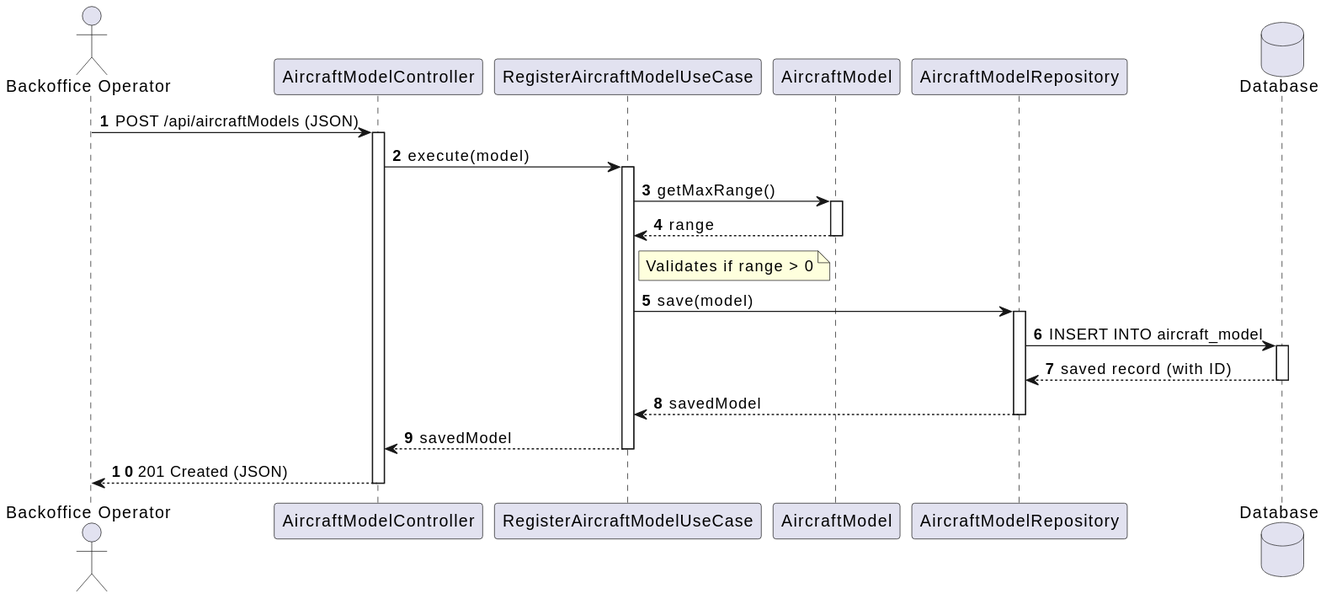
VascoMagolo/psoft_1231562_1241692_1242036_2db keeps this PlantUML diagram as docs/system-documentation/use-cases/WP1A/US101/svg/sd_us101.svg. Above is the earlier version. The source it was exported from:
```plantuml
@startuml
autonumber
actor "Backoffice Operator" as BO
participant "AircraftModelController" as Ctrl
participant "RegisterAircraftModelUseCase" as UC
participant "AircraftModel" as Entity
participant "AircraftModelRepository" as Repo
database "Database" as DB

BO -> Ctrl : POST /api/aircraftModels (JSON)
activate Ctrl

Ctrl -> UC : execute(model)
activate UC

UC -> Entity : getMaxRange()
activate Entity
Entity --> UC : range
deactivate Entity

note right of UC: Validates if range > 0

UC -> Repo : save(model)
activate Repo
Repo -> DB : INSERT INTO aircraft_model
activate DB
DB --> Repo : saved record (with ID)
deactivate DB
Repo --> UC : savedModel
deactivate Repo

UC --> Ctrl : savedModel
deactivate UC

Ctrl --> BO : 201 Created (JSON)
deactivate Ctrl
@enduml
```
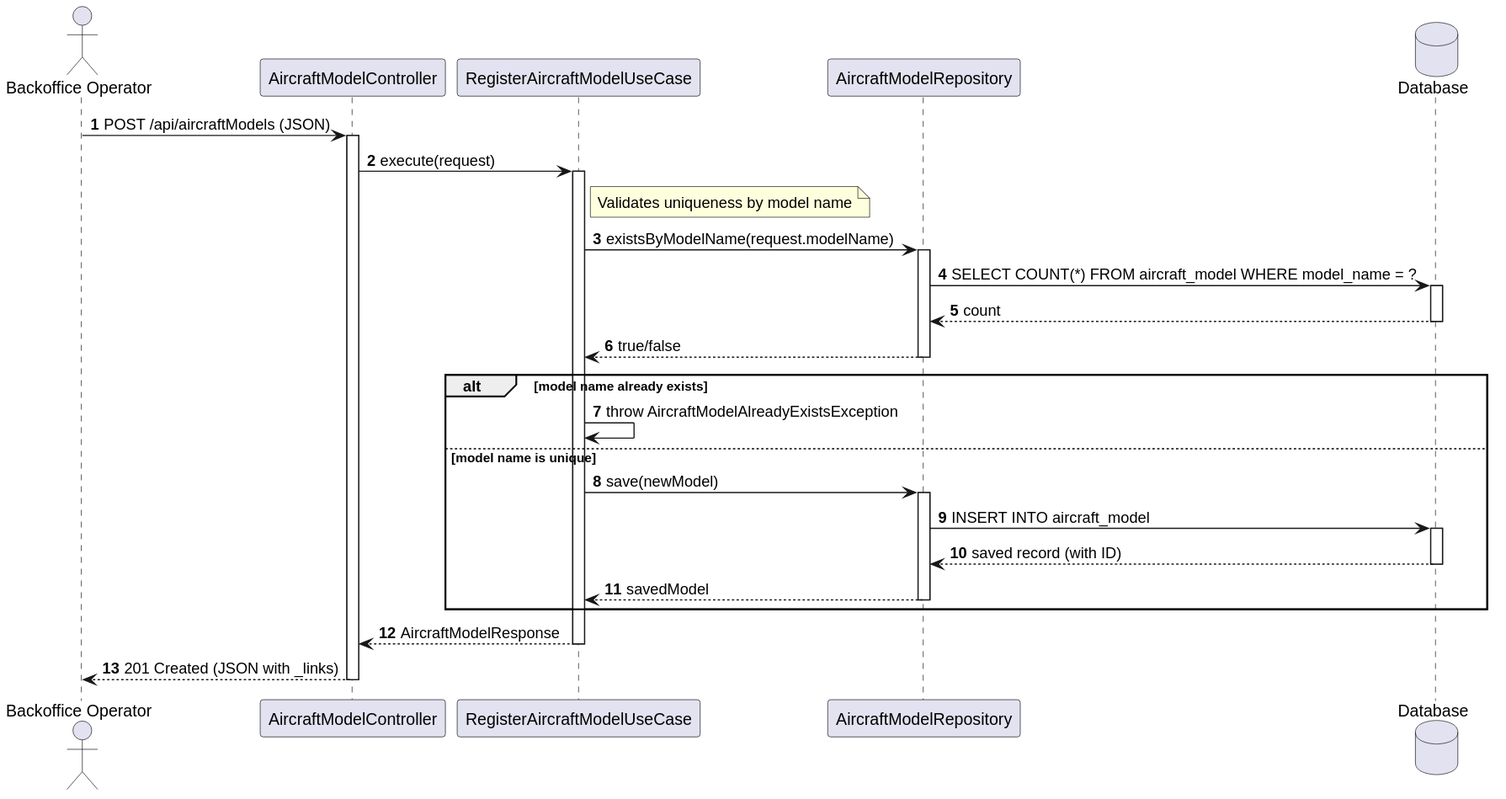
After the change.

Change to the diagram source:
```diff
@@ -3,35 +3,35 @@
 actor "Backoffice Operator" as BO
 participant "AircraftModelController" as Ctrl
 participant "RegisterAircraftModelUseCase" as UC
-participant "AircraftModel" as Entity
 participant "AircraftModelRepository" as Repo
 database "Database" as DB
-
 BO -> Ctrl : POST /api/aircraftModels (JSON)
 activate Ctrl
-
-Ctrl -> UC : execute(model)
+Ctrl -> UC : execute(request)
 activate UC
-
-UC -> Entity : getMaxRange()
-activate Entity
-Entity --> UC : range
-deactivate Entity
-
-note right of UC: Validates if range > 0
-
-UC -> Repo : save(model)
+note right of UC : Validates uniqueness by model name
+UC -> Repo : existsByModelName(request.modelName)
 activate Repo
-Repo -> DB : INSERT INTO aircraft_model
+Repo -> DB : SELECT COUNT(*) FROM aircraft_model WHERE model_name = ?
 activate DB
-DB --> Repo : saved record (with ID)
+DB --> Repo : count
 deactivate DB
-Repo --> UC : savedModel
+Repo --> UC : true/false
 deactivate Repo
-
-UC --> Ctrl : savedModel
+alt model name already exists
+    UC -> UC : throw AircraftModelAlreadyExistsException
+else model name is unique
+    UC -> Repo : save(newModel)
+    activate Repo
+    Repo -> DB : INSERT INTO aircraft_model
+    activate DB
+    DB --> Repo : saved record (with ID)
+    deactivate DB
+    Repo --> UC : savedModel
+    deactivate Repo
+end
+UC --> Ctrl : AircraftModelResponse
 deactivate UC
-
-Ctrl --> BO : 201 Created (JSON)
+Ctrl --> BO : 201 Created (JSON with _links)
 deactivate Ctrl
 @enduml
```
